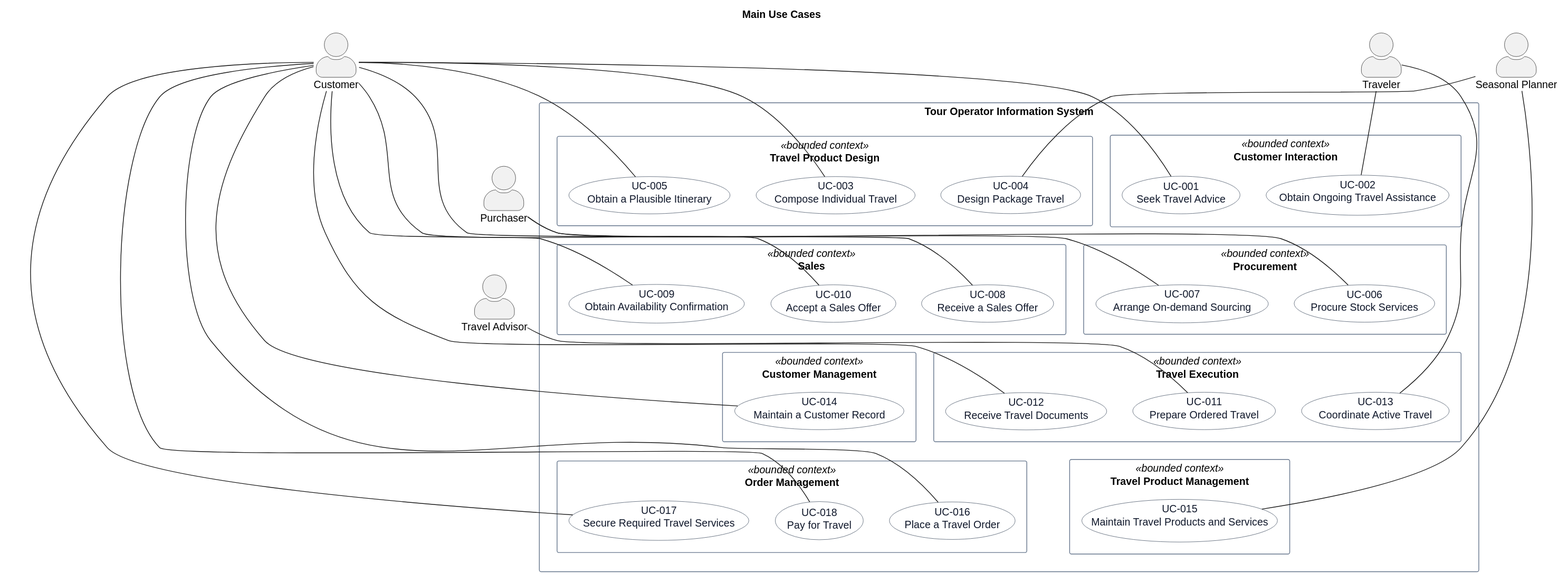
This is docs/requirements/use-cases/overview.svg from hochschule-darmstadt/a3se_app, a PlantUML export, as it was before one commit.
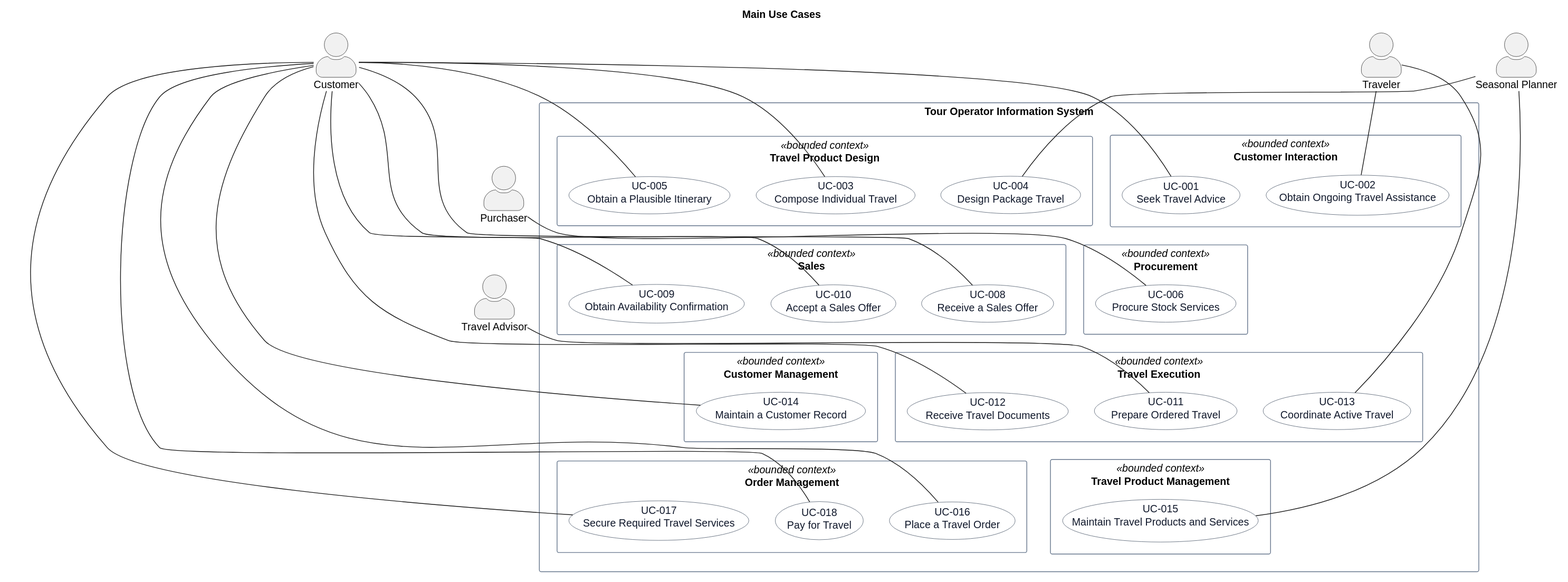
After the commit.

Diff of the diagram source:
```diff
@@ -36,7 +36,6 @@
 
   package "Procurement" <<bounded context>> {
     usecase "UC-006\nProcure Stock Services" as UC006
-    usecase "UC-007\nArrange On-demand Sourcing" as UC007
   }
 
   package "Sales" <<bounded context>> {
@@ -85,7 +84,6 @@
 SeasonalPlanner -- UC004
 Customer -- UC005
 Purchaser -- UC006
-Purchaser -- UC007
 Customer -- UC008
 Customer -- UC009
 Customer -- UC010
```
